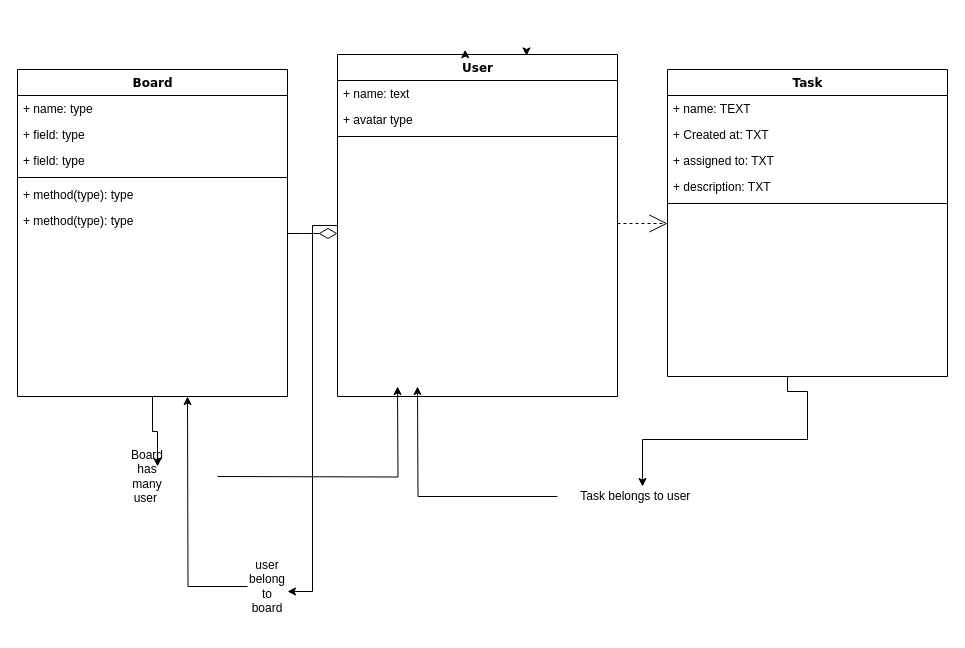
The draw.io diagram Untitled Diagram.drawio in HFMIRE/To-do-list, before the edit. Source tidied: cells renumbered, new cells numbered last; positions are measured from the earlier drawing's top-left corner, leaving out a move shared by most shapes. Both pictures are drawn from the tidied source at 100%, with x=0, y=0 at pixel (17, 54).
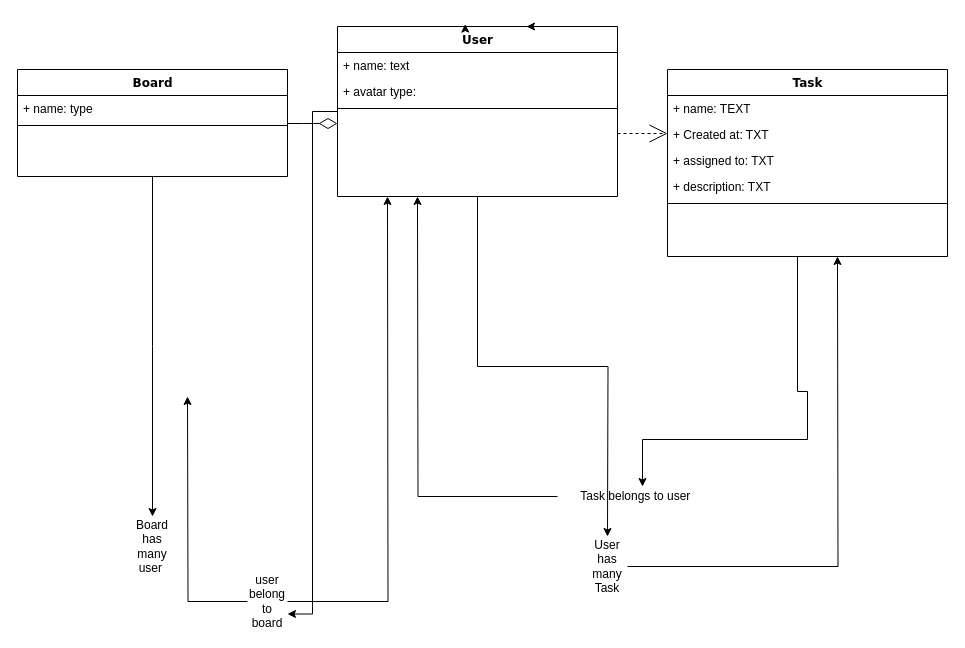
After the change.

Unchanged cells that the change refers to:
```xml
<mxCell id="27" value="Task belongs to user&amp;nbsp;" style="text;html=1;strokeColor=none;fillColor=none;align=center;verticalAlign=middle;whiteSpace=wrap;rounded=0;" parent="1" vertex="1">
  <mxGeometry x="540" y="432" width="160" height="20" as="geometry" />
</mxCell>
```

What changed in the source:
```diff
@@
-    <mxCell id="2" style="edgeStyle=orthogonalEdgeStyle;rounded=0;jettySize=auto;html=1;entryX=0.75;entryY=0;entryDx=0;entryDy=0;" parent="1" edge="1" source="3" target="29">
-      <mxGeometry relative="1" as="geometry" />
-    </mxCell>
+    <mxCell id="32" style="edgeStyle=orthogonalEdgeStyle;rounded=0;jettySize=auto;html=1;exitX=0.5;exitY=1;exitDx=0;exitDy=0;" parent="1" edge="1" source="3">
+      <mxGeometry relative="1" as="geometry">
+        <mxPoint x="135" y="462" as="targetPoint" />
+      </mxGeometry>
+    </mxCell>
     <mxCell id="3" value="Board" style="swimlane;html=1;fontStyle=1;align=center;verticalAlign=top;horizontal=1;startSize=26;swimlaneFillColor=#ffffff;rounded=0;shadow=0;comic=0;labelBackgroundColor=none;strokeWidth=1;fillColor=none;fontFamily=Verdana;fontSize=12;" parent="1" vertex="1">
-      <mxGeometry y="15" width="270" height="327" as="geometry" />
+      <mxGeometry y="15" width="270" height="107" as="geometry" />
     </mxCell>
@@
-    <mxCell id="5" value="+ field: type" style="text;html=1;strokeColor=none;fillColor=none;align=left;verticalAlign=top;spacingLeft=4;spacingRight=4;whiteSpace=wrap;overflow=hidden;" parent="3" vertex="1">
-      <mxGeometry y="52" width="270" height="26" as="geometry" />
-    </mxCell>
-    <mxCell id="6" value="+ field: type" style="text;html=1;strokeColor=none;fillColor=none;align=left;verticalAlign=top;spacingLeft=4;spacingRight=4;whiteSpace=wrap;overflow=hidden;" parent="3" vertex="1">
-      <mxGeometry y="78" width="270" height="26" as="geometry" />
-    </mxCell>
     <mxCell id="7" style="line;html=1;strokeWidth=1;fillColor=none;align=left;verticalAlign=middle;spacingTop=-1;spacingLeft=3;spacingRight=3;labelPosition=right;" parent="3" vertex="1">
-      <mxGeometry y="104" width="270" height="8" as="geometry" />
+      <mxGeometry y="52" width="270" height="8" as="geometry" />
     </mxCell>
-    <mxCell id="8" value="+ method(type): type" style="text;html=1;strokeColor=none;fillColor=none;align=left;verticalAlign=top;spacingLeft=4;spacingRight=4;whiteSpace=wrap;overflow=hidden;" parent="3" vertex="1">
-      <mxGeometry y="112" width="270" height="26" as="geometry" />
-    </mxCell>
-    <mxCell id="9" value="+ method(type): type" style="text;html=1;strokeColor=none;fillColor=none;align=left;verticalAlign=top;spacingLeft=4;spacingRight=4;whiteSpace=wrap;overflow=hidden;" parent="3" vertex="1">
-      <mxGeometry y="138" width="270" height="26" as="geometry" />
-    </mxCell>
@@
     <mxCell id="11" style="edgeStyle=orthogonalEdgeStyle;rounded=0;jettySize=auto;html=1;" parent="1" edge="1" target="27">
       <mxGeometry relative="1" as="geometry">
-        <mxPoint x="770" y="322" as="sourcePoint" />
+        <mxPoint x="780" y="202" as="sourcePoint" />
         <Array as="points">
           <mxPoint x="790" y="337" />
           <mxPoint x="790" y="385" />
           <mxPoint x="625" y="385" />
         </Array>
       </mxGeometry>
     </mxCell>
@@
+    <mxCell id="33" style="edgeStyle=orthogonalEdgeStyle;rounded=0;jettySize=auto;html=1;" parent="1" edge="1" source="13">
+      <mxGeometry relative="1" as="geometry">
+        <mxPoint x="590" y="482" as="targetPoint" />
+      </mxGeometry>
+    </mxCell>
     <mxCell id="13" value="User" style="swimlane;html=1;fontStyle=1;align=center;verticalAlign=top;horizontal=1;startSize=26;swimlaneFillColor=#ffffff;rounded=0;shadow=0;comic=0;labelBackgroundColor=none;strokeWidth=1;fillColor=none;fontFamily=Verdana;fontSize=12;" parent="1" vertex="1">
-      <mxGeometry x="320" width="280" height="342" as="geometry" />
+      <mxGeometry x="320" y="-28" width="280" height="170" as="geometry" />
     </mxCell>
@@
-    <mxCell id="15" value="+ avatar type" style="text;html=1;strokeColor=none;fillColor=none;align=left;verticalAlign=top;spacingLeft=4;spacingRight=4;whiteSpace=wrap;overflow=hidden;" parent="13" vertex="1">
+    <mxCell id="15" value="+ avatar type:&amp;nbsp;" style="text;html=1;strokeColor=none;fillColor=none;align=left;verticalAlign=top;spacingLeft=4;spacingRight=4;whiteSpace=wrap;overflow=hidden;" parent="13" vertex="1">
       <mxGeometry y="52" width="280" height="26" as="geometry" />
     </mxCell>
@@
     <mxCell id="17" value="Task" style="swimlane;html=1;fontStyle=1;align=center;verticalAlign=top;horizontal=1;startSize=26;swimlaneFillColor=#ffffff;rounded=0;shadow=0;comic=0;labelBackgroundColor=none;strokeWidth=1;fillColor=none;fontFamily=Verdana;fontSize=12;" parent="1" vertex="1">
-      <mxGeometry x="650" y="15" width="280" height="307" as="geometry" />
+      <mxGeometry x="650" y="15" width="280" height="187" as="geometry" />
     </mxCell>
@@
     <mxCell id="26" style="edgeStyle=orthogonalEdgeStyle;rounded=0;jettySize=auto;html=1;" parent="1" edge="1" source="27">
       <mxGeometry relative="1" as="geometry">
-        <mxPoint x="400" y="332" as="targetPoint" />
+        <mxPoint x="400" y="142" as="targetPoint" />
       </mxGeometry>
     </mxCell>
@@
-    <mxCell id="28" style="edgeStyle=orthogonalEdgeStyle;rounded=0;orthogonalLoop=1;jettySize=auto;html=1;" parent="1" edge="1">
-      <mxGeometry relative="1" as="geometry">
-        <mxPoint x="200" y="422" as="sourcePoint" />
-        <mxPoint x="380" y="332" as="targetPoint" />
-      </mxGeometry>
-    </mxCell>
     <mxCell id="29" value="Board has many user&amp;nbsp;" style="text;html=1;strokeColor=none;fillColor=none;align=center;verticalAlign=middle;whiteSpace=wrap;rounded=0;" parent="1" vertex="1">
-      <mxGeometry x="110" y="412" width="40" height="20" as="geometry" />
+      <mxGeometry x="115" y="482" width="40" height="20" as="geometry" />
     </mxCell>
@@
+    <mxCell id="34" style="edgeStyle=orthogonalEdgeStyle;rounded=0;jettySize=auto;html=1;" parent="1" edge="1" source="31">
+      <mxGeometry relative="1" as="geometry">
+        <mxPoint x="370" y="142" as="targetPoint" />
+      </mxGeometry>
+    </mxCell>
     <mxCell id="31" value="user belong to board" style="text;html=1;strokeColor=none;fillColor=none;align=center;verticalAlign=middle;whiteSpace=wrap;rounded=0;" parent="1" vertex="1">
-      <mxGeometry x="230" y="522" width="40" height="20" as="geometry" />
+      <mxGeometry x="230" y="522" width="40" height="50" as="geometry" />
     </mxCell>
+    <mxCell id="35" style="edgeStyle=orthogonalEdgeStyle;rounded=0;jettySize=auto;html=1;" parent="1" edge="1" source="36">
+      <mxGeometry relative="1" as="geometry">
+        <mxPoint x="820" y="202" as="targetPoint" />
+      </mxGeometry>
+    </mxCell>
+    <mxCell id="36" value="User has many Task" style="text;html=1;strokeColor=none;fillColor=none;align=center;verticalAlign=middle;whiteSpace=wrap;rounded=0;" parent="1" vertex="1">
+      <mxGeometry x="570" y="502" width="40" height="20" as="geometry" />
+    </mxCell>
```
